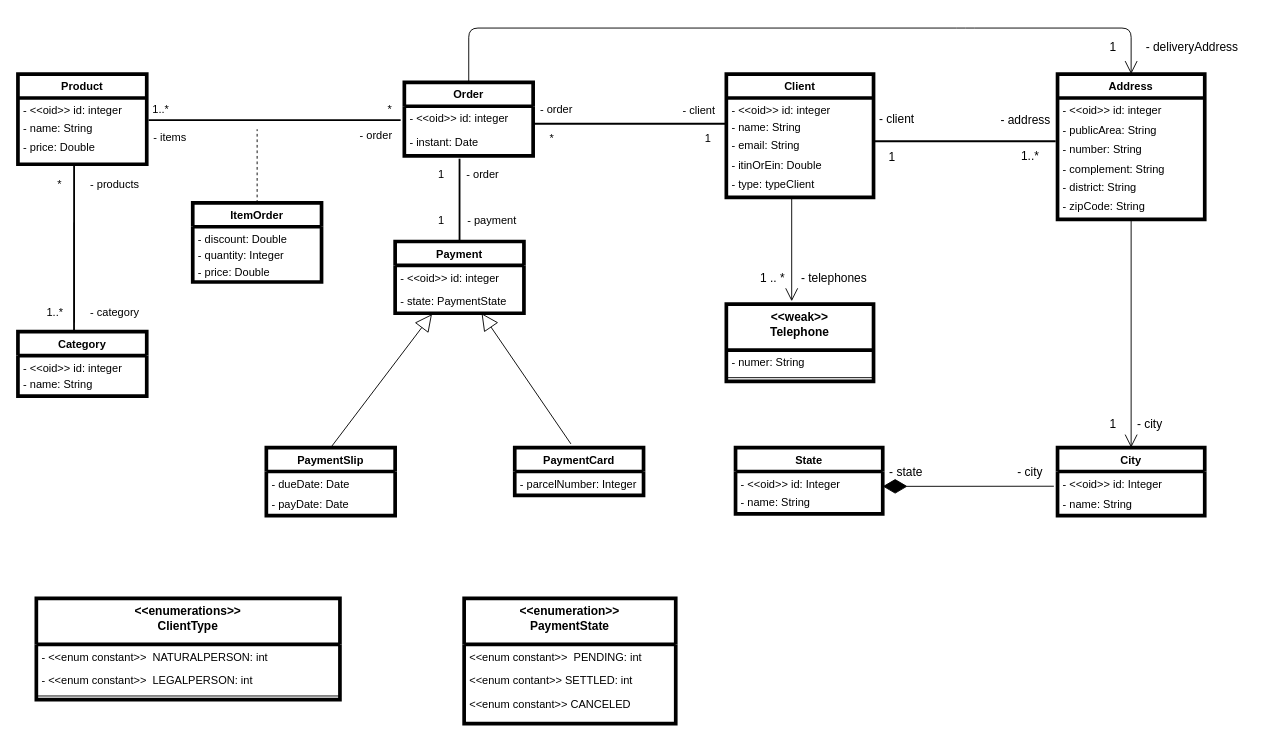
This is model-conceptual-score/class-diagram-release:1.0.drawio from Relesi/class-diagram, a draw.io file, before an edit. Source tidied: cells renumbered, new cells numbered last; positions are measured from the earlier drawing's top-left corner, leaving out a move shared by most shapes. Both pictures are drawn from the tidied source at 92%, with x=0, y=0 at pixel (17, 28).
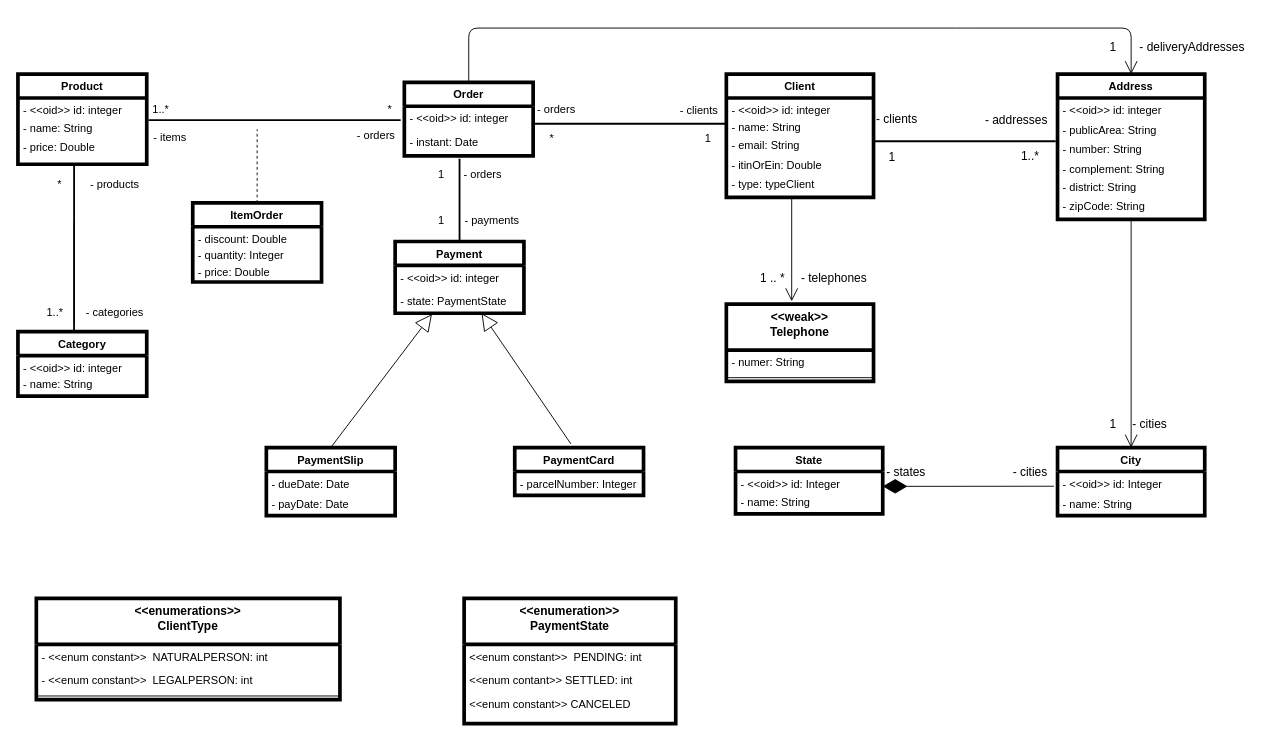
Above is the later version.

Change to the diagram source:
```diff
@@
-    <mxCell id="11" value="- category&lt;br&gt;" style="text;html=1;align=center;verticalAlign=middle;strokeColor=none;" parent="1" vertex="1">
-      <mxGeometry x="70" y="300" width="70" height="20" as="geometry" />
+    <mxCell id="11" value="- categories" style="text;html=1;align=center;verticalAlign=middle;strokeColor=none;" parent="1" vertex="1">
+      <mxGeometry x="65" y="300" width="80" height="20" as="geometry" />
     </mxCell>
@@
-    <mxCell id="25" value="- order" style="text;html=1;align=center;verticalAlign=middle;strokeColor=none;" parent="1" vertex="1">
-      <mxGeometry x="364" y="107" width="50" height="20" as="geometry" />
+    <mxCell id="25" value="- orders" style="text;html=1;align=center;verticalAlign=middle;strokeColor=none;" parent="1" vertex="1">
+      <mxGeometry x="359" y="107" width="60" height="20" as="geometry" />
     </mxCell>
@@
-    <mxCell id="38" value="- order" style="text;html=1;align=center;verticalAlign=middle;strokeColor=none;" parent="1" vertex="1">
-      <mxGeometry x="480" y="150" width="50" height="20" as="geometry" />
+    <mxCell id="38" value="- orders" style="text;html=1;align=center;verticalAlign=middle;strokeColor=none;" parent="1" vertex="1">
+      <mxGeometry x="475" y="150" width="60" height="20" as="geometry" />
     </mxCell>
-    <mxCell id="39" value="- payment" style="text;html=1;align=center;verticalAlign=middle;strokeColor=none;" parent="1" vertex="1">
+    <mxCell id="39" value="- payments" style="text;html=1;align=center;verticalAlign=middle;strokeColor=none;" parent="1" vertex="1">
       <mxGeometry x="480" y="200" width="70" height="20" as="geometry" />
     </mxCell>
@@
-    <mxCell id="49" value="- order" style="text;html=1;align=center;verticalAlign=middle;strokeColor=none;" parent="1" vertex="1">
-      <mxGeometry x="560" y="79" width="50" height="20" as="geometry" />
+    <mxCell id="49" value="- orders" style="text;html=1;align=center;verticalAlign=middle;strokeColor=none;" parent="1" vertex="1">
+      <mxGeometry x="555" y="79" width="60" height="20" as="geometry" />
     </mxCell>
@@
-    <mxCell id="51" value="- client" style="text;html=1;align=center;verticalAlign=middle;strokeColor=none;" parent="1" vertex="1">
-      <mxGeometry x="715" y="80" width="50" height="20" as="geometry" />
+    <mxCell id="51" value="- clients" style="text;html=1;align=center;verticalAlign=middle;strokeColor=none;" parent="1" vertex="1">
+      <mxGeometry x="710" y="80" width="60" height="20" as="geometry" />
     </mxCell>
@@
-    <mxCell id="73" value="- client" style="text;html=1;align=center;verticalAlign=middle;strokeColor=none;fontSize=13;" parent="1" vertex="1">
-      <mxGeometry x="930" y="89" width="50" height="20" as="geometry" />
+    <mxCell id="73" value="- clients" style="text;html=1;align=center;verticalAlign=middle;strokeColor=none;fontSize=13;" parent="1" vertex="1">
+      <mxGeometry x="925" y="89" width="60" height="20" as="geometry" />
     </mxCell>
@@
-    <mxCell id="75" value="- address" style="text;html=1;align=center;verticalAlign=middle;strokeColor=none;fontSize=13;" parent="1" vertex="1">
-      <mxGeometry x="1060" y="90" width="70" height="20" as="geometry" />
+    <mxCell id="75" value="- addresses" style="text;html=1;align=center;verticalAlign=middle;strokeColor=none;fontSize=13;" parent="1" vertex="1">
+      <mxGeometry x="1045" y="90" width="80" height="20" as="geometry" />
     </mxCell>
@@
-    <mxCell id="78" value="- city" style="text;html=1;align=center;verticalAlign=middle;strokeColor=none;fontSize=13;" parent="1" vertex="1">
-      <mxGeometry x="1210" y="420" width="40" height="20" as="geometry" />
+    <mxCell id="78" value="- cities" style="text;html=1;align=center;verticalAlign=middle;strokeColor=none;fontSize=13;" parent="1" vertex="1">
+      <mxGeometry x="1205" y="420" width="50" height="20" as="geometry" />
     </mxCell>
@@
-    <mxCell id="81" value="- state" style="text;html=1;align=center;verticalAlign=middle;strokeColor=none;fontSize=13;" parent="1" vertex="1">
-      <mxGeometry x="940" y="472" width="50" height="20" as="geometry" />
+    <mxCell id="81" value="- states" style="text;html=1;align=center;verticalAlign=middle;strokeColor=none;fontSize=13;" parent="1" vertex="1">
+      <mxGeometry x="935" y="472" width="60" height="20" as="geometry" />
     </mxCell>
-    <mxCell id="82" value="- city" style="text;html=1;align=center;verticalAlign=middle;strokeColor=none;fontSize=13;" parent="1" vertex="1">
-      <mxGeometry x="1080" y="472" width="40" height="20" as="geometry" />
+    <mxCell id="82" value="- cities" style="text;html=1;align=center;verticalAlign=middle;strokeColor=none;fontSize=13;" parent="1" vertex="1">
+      <mxGeometry x="1075" y="472" width="50" height="20" as="geometry" />
     </mxCell>
@@
-    <mxCell id="85" value="- deliveryAddress" style="text;html=1;align=center;verticalAlign=middle;strokeColor=none;fontSize=13;" parent="1" vertex="1">
-      <mxGeometry x="1216" y="10" width="120" height="20" as="geometry" />
+    <mxCell id="85" value="- deliveryAddresses" style="text;html=1;align=center;verticalAlign=middle;strokeColor=none;fontSize=13;" parent="1" vertex="1">
+      <mxGeometry x="1211" y="10" width="130" height="20" as="geometry" />
     </mxCell>
```
